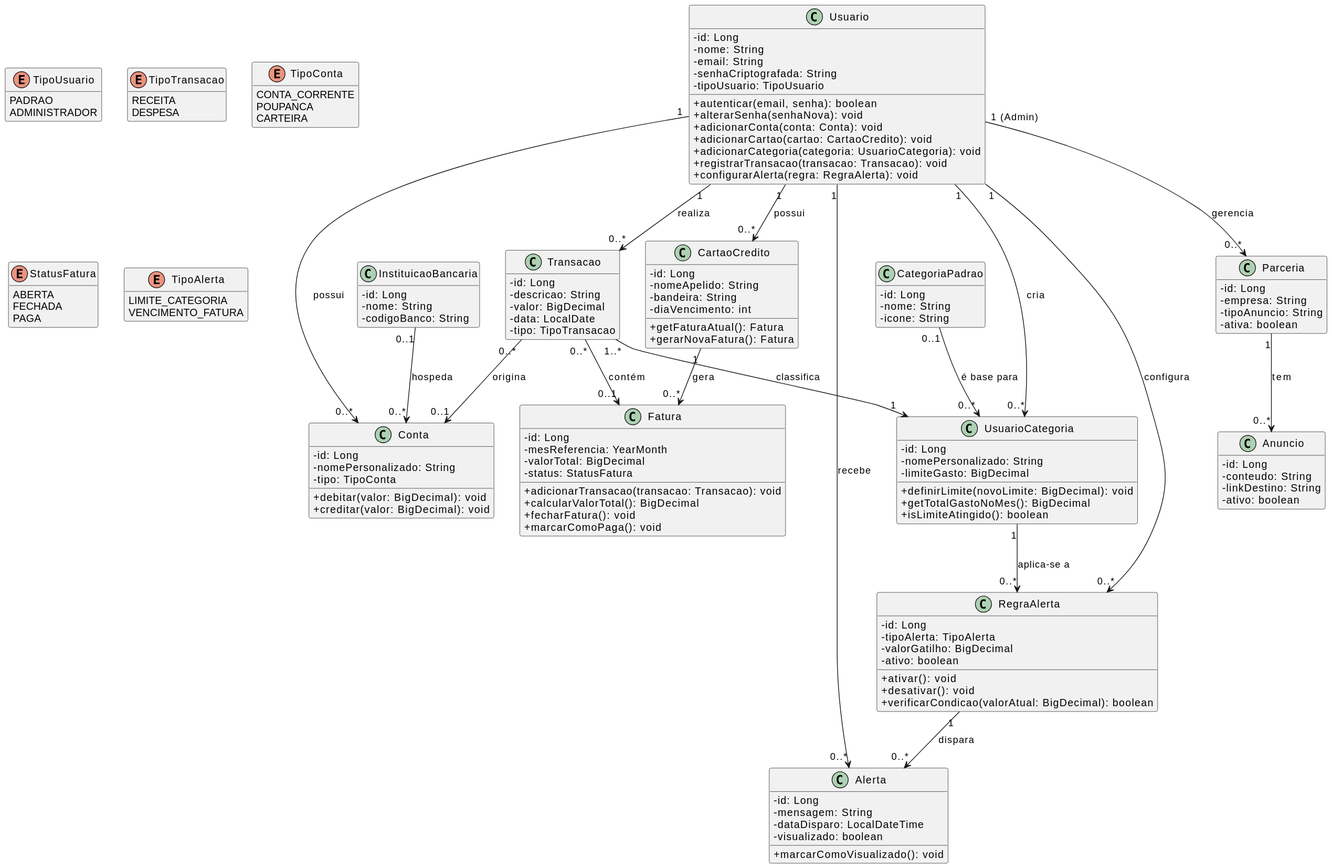
Above: documentacaoDoProjeto/imgUML/DiagramaDeClasse.svg in MaurilioSemeao/zeni-gestao-financeira (PlantUML), before the change.
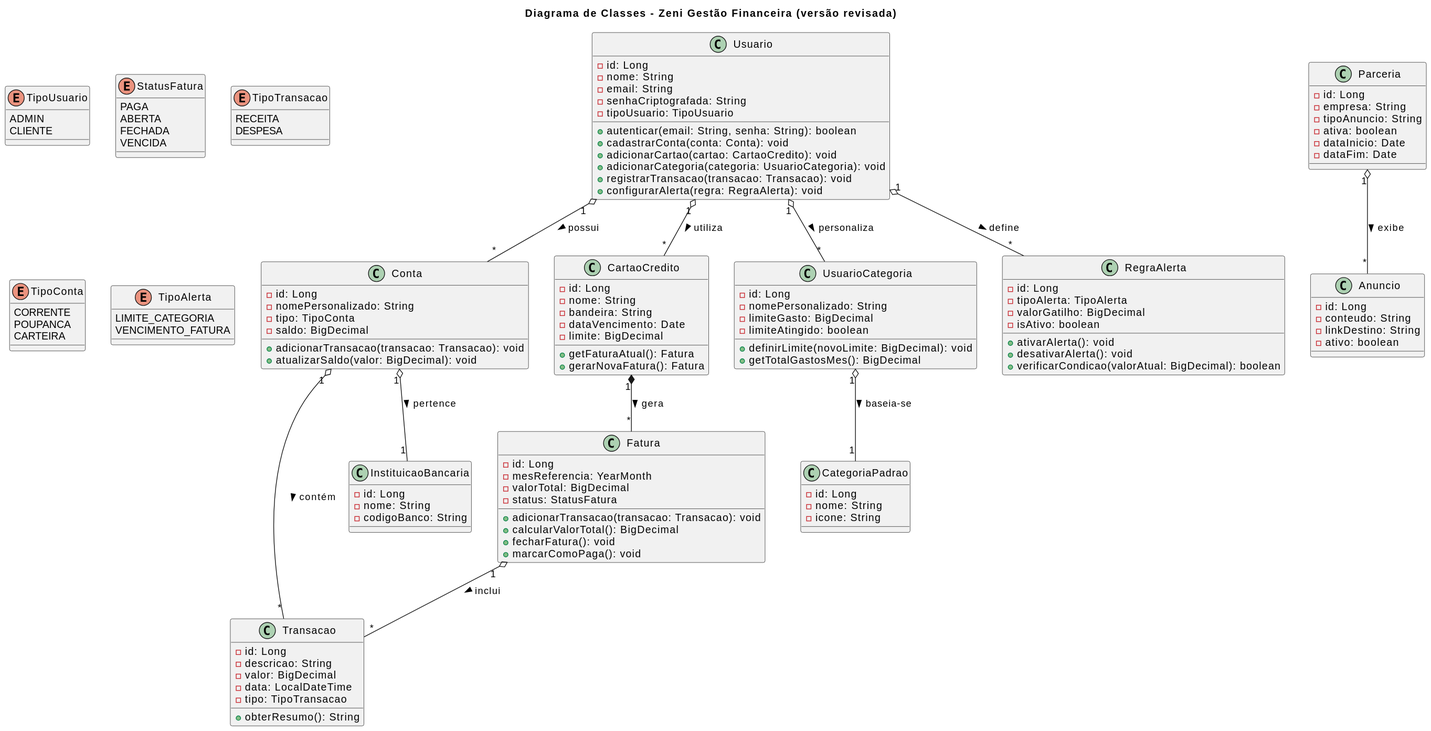
The same file after the commit.

Commit message:
docs: modifica Diagrama de Classe

Change to the diagram source:
```diff
@@ -1,10 +1,16 @@
 @startuml
-skinparam classAttributeIconSize 0
-hide empty members
+title Diagrama de Classes - Zeni Gestão Financeira (versão revisada)
 
 enum TipoUsuario {
-    PADRAO
-    ADMINISTRADOR
+    ADMIN
+    CLIENTE
+}
+
+enum StatusFatura {
+    PAGA
+    ABERTA
+    FECHADA
+    VENCIDA
 }
 
 enum TipoTransacao {
@@ -13,15 +19,9 @@
 }
 
 enum TipoConta {
-    CONTA_CORRENTE
+    CORRENTE
     POUPANCA
     CARTEIRA
-}
-
-enum StatusFatura {
-    ABERTA
-    FECHADA
-    PAGA
 }
 
 enum TipoAlerta {
@@ -29,17 +29,15 @@
     VENCIMENTO_FATURA
 }
 
-
-
 class Usuario {
     - id: Long
     - nome: String
     - email: String
     - senhaCriptografada: String
     - tipoUsuario: TipoUsuario
-    + autenticar(email, senha): boolean
-    + alterarSenha(senhaNova): void
-    + adicionarConta(conta: Conta): void
+
+    + autenticar(email: String, senha: String): boolean
+    + cadastrarConta(conta: Conta): void
     + adicionarCartao(cartao: CartaoCredito): void
     + adicionarCategoria(categoria: UsuarioCategoria): void
     + registrarTransacao(transacao: Transacao): void
@@ -50,8 +48,20 @@
     - id: Long
     - nomePersonalizado: String
     - tipo: TipoConta
-    + debitar(valor: BigDecimal): void
-    + creditar(valor: BigDecimal): void
+    - saldo: BigDecimal
+
+    + adicionarTransacao(transacao: Transacao): void
+    + atualizarSaldo(valor: BigDecimal): void
+}
+
+class Transacao {
+    - id: Long
+    - descricao: String
+    - valor: BigDecimal
+    - data: LocalDateTime
+    - tipo: TipoTransacao
+
+    + obterResumo(): String
 }
 
 class InstituicaoBancaria {
@@ -60,41 +70,37 @@
     - codigoBanco: String
 }
 
-class CartaoCredito {
-    - id: Long
-    - nomeApelido: String
-    - bandeira: String
-    - diaVencimento: int
-    + getFaturaAtual(): Fatura
-    + gerarNovaFatura(): Fatura
-}
-
 class Fatura {
     - id: Long
     - mesReferencia: YearMonth
     - valorTotal: BigDecimal
     - status: StatusFatura
+
     + adicionarTransacao(transacao: Transacao): void
     + calcularValorTotal(): BigDecimal
     + fecharFatura(): void
     + marcarComoPaga(): void
 }
 
-class Transacao {
+class CartaoCredito {
     - id: Long
-    - descricao: String
-    - valor: BigDecimal
-    - data: LocalDate
-    - tipo: TipoTransacao
+    - nome: String
+    - bandeira: String
+    - dataVencimento: Date
+    - limite: BigDecimal
+
+    + getFaturaAtual(): Fatura
+    + gerarNovaFatura(): Fatura
 }
 
 class UsuarioCategoria {
     - id: Long
     - nomePersonalizado: String
     - limiteGasto: BigDecimal
+    - limiteAtingido: boolean
+
     + definirLimite(novoLimite: BigDecimal): void
-    + getTotalGastoNoMes(): BigDecimal
-    + isLimiteAtingido(): boolean
+    + getTotalGastosMes(): BigDecimal
 }
 
 class CategoriaPadrao {
@@ -107,18 +113,11 @@
     - id: Long
     - tipoAlerta: TipoAlerta
     - valorGatilho: BigDecimal
-    - ativo: boolean
-    + ativar(): void
-    + desativar(): void
+    - isAtivo: boolean
+
+    + ativarAlerta(): void
+    + desativarAlerta(): void
     + verificarCondicao(valorAtual: BigDecimal): boolean
-}
-
-class Alerta {
-    - id: Long
-    - mensagem: String
-    - dataDisparo: LocalDateTime
-    - visualizado: boolean
-    + marcarComoVisualizado(): void
 }
 
 class Parceria {
@@ -126,6 +125,8 @@
     - empresa: String
     - tipoAnuncio: String
     - ativa: boolean
+    - dataInicio: Date
+    - dataFim: Date
 }
 
 class Anuncio {
@@ -136,22 +137,18 @@
 }
 
 
+Usuario "1" o-- "*" Conta : possui >
+Usuario "1" o-- "*" CartaoCredito : utiliza >
+Usuario "1" o-- "*" UsuarioCategoria : personaliza >
+Usuario "1" o-- "*" RegraAlerta : define >
 
-Usuario "1" --> "0..*" Conta : possui
-Usuario "1" --> "0..*" CartaoCredito : possui
-Usuario "1" --> "0..*" UsuarioCategoria : cria
-Usuario "1" --> "0..*" Transacao : realiza
-Usuario "1" --> "0..*" RegraAlerta : configura
-Usuario "1" --> "0..*" Alerta : recebe
-Usuario "1 (Admin)" --> "0..*" Parceria : gerencia
+Conta "1" o-- "1" InstituicaoBancaria : pertence >
+Conta "1" o-- "*" Transacao : contém >
 
-InstituicaoBancaria "0..1" --> "0..*" Conta : hospeda
-CartaoCredito "1" --> "0..*" Fatura : gera
-Transacao "0..*" --> "0..1" Fatura : contém
-Transacao "0..*" --> "0..1" Conta : origina
-Transacao "1..*" --> "1" UsuarioCategoria : classifica
-CategoriaPadrao "0..1" --> "0..*" UsuarioCategoria : é base para
-UsuarioCategoria "1" --> "0..*" RegraAlerta : aplica-se a
-RegraAlerta "1" --> "0..*" Alerta : dispara
-Parceria "1" --> "0..*" Anuncio : tem
+CartaoCredito "1" *-- "*" Fatura : gera >
+Fatura "1" o-- "*" Transacao : inclui >
+
+UsuarioCategoria "1" o-- "1" CategoriaPadrao : baseia-se >
+
+Parceria "1" o-- "*" Anuncio : exibe >
 @enduml
```
